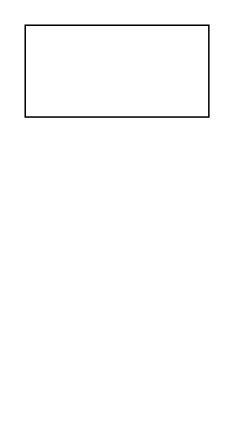
Above: temp.drawio in M-Kepler/draw.io (draw.io), before the change. Source tidied: cells renumbered, new cells numbered last; positions are measured from the earlier drawing's top-left corner, leaving out a move shared by most shapes. Both pictures are drawn from the tidied source at 153%, with x=0, y=0 at pixel (24, 24).
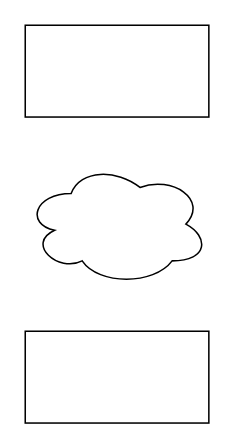
Above is the later version.

The edit, as a diff of the source:
```diff
@@
 <mxGraphModel>
   <root>
     <mxCell id="0" />
     <mxCell id="1" parent="0" />
     <mxCell id="2" style="rounded=0;whiteSpace=wrap;html=1;" parent="1" vertex="1">
       <mxGeometry width="120" height="60" as="geometry" />
     </mxCell>
+    <mxCell id="3" style="rounded=0;whiteSpace=wrap;html=1;" parent="1" vertex="1">
+      <mxGeometry y="200" width="120" height="60" as="geometry" />
+    </mxCell>
+    <mxCell id="4" style="ellipse;shape=cloud;whiteSpace=wrap;html=1;" parent="1" vertex="1">
+      <mxGeometry y="90" width="120" height="80" as="geometry" />
+    </mxCell>
   </root>
 </mxGraphModel>
```
